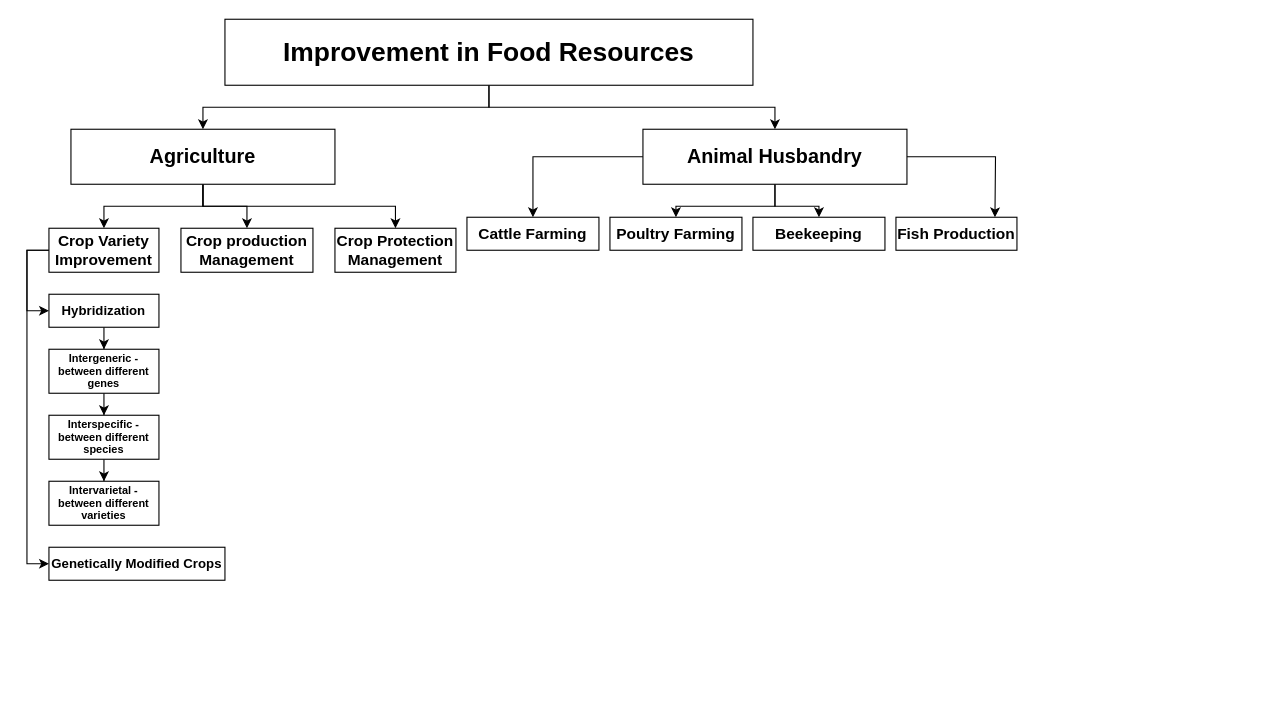
Above: Untitled Diagram.drawio in JXTK/app.diagrams.net (draw.io), before the change. Source tidied: cells renumbered, new cells numbered last; positions are measured from the earlier drawing's top-left corner, leaving out a move shared by most shapes. Both pictures are drawn from the tidied source at 110%, with x=0, y=0 at pixel (48, 19).
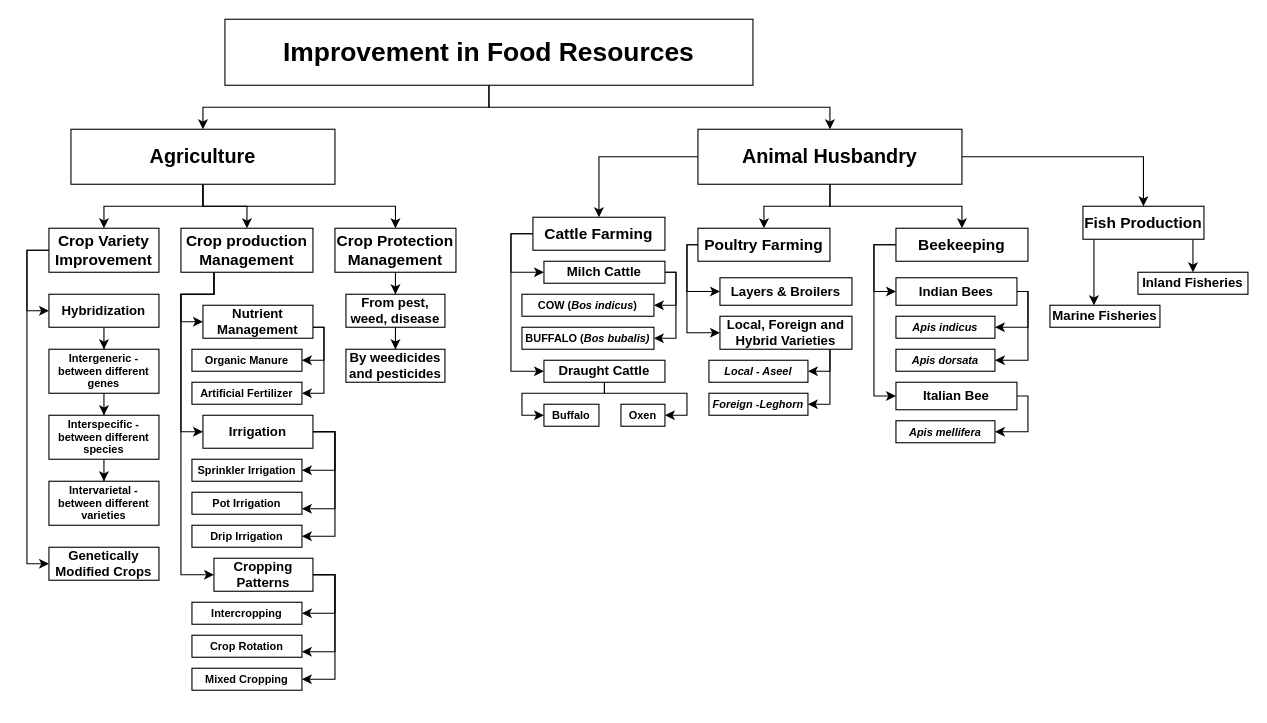
After the change.

Unchanged cells that the change refers to:
```xml
<mxCell id="16" value="&lt;h3&gt;Crop production Management&lt;/h3&gt;" style="rounded=0;whiteSpace=wrap;html=1;" parent="1" vertex="1">
  <mxGeometry x="120" y="190" width="120" height="40" as="geometry" />
</mxCell>
<mxCell id="17" value="&lt;h3&gt;Crop Protection Management&lt;/h3&gt;" style="rounded=0;whiteSpace=wrap;html=1;" parent="1" vertex="1">
  <mxGeometry x="260" y="190" width="110" height="40" as="geometry" />
</mxCell>
```

Diff of the diagram source:
```diff
@@
-<mxGraphModel>
+<mxGraphModel background="#ffffff">
@@
     <mxCell id="12" value="&lt;h2&gt;Animal Husbandry&lt;/h2&gt;" style="rounded=0;whiteSpace=wrap;html=1;" parent="1" vertex="1">
-      <mxGeometry x="540" y="100" width="240" height="50" as="geometry" />
+      <mxGeometry x="590" y="100" width="240" height="50" as="geometry" />
     </mxCell>
@@
+    <mxCell id="31" style="edgeStyle=orthogonalEdgeStyle;rounded=0;jettySize=auto;html=1;entryX=0;entryY=0.5;entryDx=0;entryDy=0;exitX=0.25;exitY=1;exitDx=0;exitDy=0;" parent="1" edge="1" source="16" target="48">
+      <mxGeometry relative="1" as="geometry">
+        <Array as="points">
+          <mxPoint x="150" y="250" />
+          <mxPoint x="120" y="250" />
+          <mxPoint x="120" y="275" />
+        </Array>
+      </mxGeometry>
+    </mxCell>
+    <mxCell id="32" style="edgeStyle=orthogonalEdgeStyle;rounded=0;jettySize=auto;html=1;entryX=0;entryY=0.5;entryDx=0;entryDy=0;" parent="1" edge="1" source="16" target="54">
+      <mxGeometry relative="1" as="geometry">
+        <Array as="points">
+          <mxPoint x="150" y="250" />
+          <mxPoint x="120" y="250" />
+          <mxPoint x="120" y="375" />
+        </Array>
+      </mxGeometry>
+    </mxCell>
+    <mxCell id="33" style="edgeStyle=orthogonalEdgeStyle;rounded=0;jettySize=auto;html=1;entryX=0;entryY=0.5;entryDx=0;entryDy=0;exitX=0.25;exitY=1;exitDx=0;exitDy=0;" parent="1" edge="1" source="16" target="62">
+      <mxGeometry relative="1" as="geometry">
+        <Array as="points">
+          <mxPoint x="150" y="250" />
+          <mxPoint x="120" y="250" />
+          <mxPoint x="120" y="505" />
+        </Array>
+      </mxGeometry>
+    </mxCell>
@@
+    <mxCell id="34" style="edgeStyle=orthogonalEdgeStyle;rounded=0;jettySize=auto;html=1;" parent="1" edge="1" source="17" target="44">
+      <mxGeometry relative="1" as="geometry" />
+    </mxCell>
@@
+    <mxCell id="35" style="edgeStyle=orthogonalEdgeStyle;rounded=0;jettySize=auto;html=1;entryX=0;entryY=0.5;entryDx=0;entryDy=0;align=center;" parent="1" edge="1" source="18" target="71">
+      <mxGeometry relative="1" as="geometry">
+        <Array as="points">
+          <mxPoint x="420" y="195" />
+          <mxPoint x="420" y="320" />
+        </Array>
+      </mxGeometry>
+    </mxCell>
+    <mxCell id="36" style="edgeStyle=orthogonalEdgeStyle;rounded=0;jettySize=auto;html=1;entryX=0;entryY=0.5;entryDx=0;entryDy=0;align=center;" parent="1" edge="1" source="18" target="68">
+      <mxGeometry relative="1" as="geometry">
+        <Array as="points">
+          <mxPoint x="420" y="195" />
+          <mxPoint x="420" y="230" />
+        </Array>
+      </mxGeometry>
+    </mxCell>
     <mxCell id="18" value="&lt;h3&gt;Cattle Farming&lt;/h3&gt;" style="rounded=0;whiteSpace=wrap;html=1;" parent="1" vertex="1">
-      <mxGeometry x="380" y="180" width="120" height="30" as="geometry" />
+      <mxGeometry x="440" y="180" width="120" height="30" as="geometry" />
     </mxCell>
+    <mxCell id="37" style="edgeStyle=orthogonalEdgeStyle;rounded=0;jettySize=auto;html=1;entryX=0;entryY=0.5;entryDx=0;entryDy=0;align=center;" parent="1" edge="1" source="19" target="84">
+      <mxGeometry relative="1" as="geometry">
+        <Array as="points">
+          <mxPoint x="580" y="205" />
+          <mxPoint x="580" y="248" />
+        </Array>
+      </mxGeometry>
+    </mxCell>
+    <mxCell id="38" style="edgeStyle=orthogonalEdgeStyle;rounded=0;jettySize=auto;html=1;entryX=0;entryY=0.5;entryDx=0;entryDy=0;align=center;" parent="1" edge="1" source="19" target="87">
+      <mxGeometry relative="1" as="geometry">
+        <Array as="points">
+          <mxPoint x="580" y="205" />
+          <mxPoint x="580" y="285" />
+        </Array>
+      </mxGeometry>
+    </mxCell>
     <mxCell id="19" value="&lt;h3&gt;Poultry Farming&lt;/h3&gt;" style="rounded=0;whiteSpace=wrap;html=1;" parent="1" vertex="1">
-      <mxGeometry x="510" y="180" width="120" height="30" as="geometry" />
+      <mxGeometry x="590" y="190" width="120" height="30" as="geometry" />
     </mxCell>
+    <mxCell id="39" style="edgeStyle=orthogonalEdgeStyle;rounded=0;jettySize=auto;html=1;entryX=0;entryY=0.5;entryDx=0;entryDy=0;align=center;" parent="1" edge="1" source="20" target="78">
+      <mxGeometry relative="1" as="geometry">
+        <Array as="points">
+          <mxPoint x="750" y="205" />
+          <mxPoint x="750" y="248" />
+        </Array>
+      </mxGeometry>
+    </mxCell>
+    <mxCell id="40" style="edgeStyle=orthogonalEdgeStyle;rounded=0;jettySize=auto;html=1;entryX=0;entryY=0.5;entryDx=0;entryDy=0;align=center;" parent="1" edge="1" source="20" target="80">
+      <mxGeometry relative="1" as="geometry">
+        <Array as="points">
+          <mxPoint x="750" y="205" />
+          <mxPoint x="750" y="343" />
+        </Array>
+      </mxGeometry>
+    </mxCell>
     <mxCell id="20" value="&lt;h3&gt;Beekeeping&lt;/h3&gt;" style="rounded=0;whiteSpace=wrap;html=1;" parent="1" vertex="1">
-      <mxGeometry x="640" y="180" width="120" height="30" as="geometry" />
+      <mxGeometry x="770" y="190" width="120" height="30" as="geometry" />
     </mxCell>
+    <mxCell id="41" style="edgeStyle=orthogonalEdgeStyle;rounded=0;jettySize=auto;html=1;align=center;" parent="1" edge="1" source="21" target="90">
+      <mxGeometry relative="1" as="geometry">
+        <Array as="points">
+          <mxPoint x="950" y="210" />
+          <mxPoint x="950" y="210" />
+        </Array>
+      </mxGeometry>
+    </mxCell>
+    <mxCell id="42" style="edgeStyle=orthogonalEdgeStyle;rounded=0;jettySize=auto;html=1;align=center;" parent="1" edge="1" source="21" target="91">
+      <mxGeometry relative="1" as="geometry">
+        <Array as="points">
+          <mxPoint x="1040" y="210" />
+          <mxPoint x="1040" y="210" />
+        </Array>
+      </mxGeometry>
+    </mxCell>
     <mxCell id="21" value="&lt;h3&gt;Fish Production&lt;/h3&gt;" style="rounded=0;whiteSpace=wrap;html=1;" parent="1" vertex="1">
-      <mxGeometry x="770" y="180" width="110" height="30" as="geometry" />
+      <mxGeometry x="940" y="170" width="110" height="30" as="geometry" />
     </mxCell>
-    <mxCell id="22" style="edgeStyle=orthogonalEdgeStyle;rounded=0;jettySize=auto;html=1;entryX=0.5;entryY=0;entryDx=0;entryDy=0;exitX=1;exitY=0.5;exitDx=0;exitDy=0;" parent="1" edge="1" source="12">
-      <mxGeometry relative="1" as="geometry">
-        <mxPoint x="860" y="180" as="targetPoint" />
-      </mxGeometry>
+    <mxCell id="22" style="edgeStyle=orthogonalEdgeStyle;rounded=0;jettySize=auto;html=1;entryX=0.5;entryY=0;entryDx=0;entryDy=0;exitX=1;exitY=0.5;exitDx=0;exitDy=0;" parent="1" edge="1" source="12" target="21">
+      <mxGeometry relative="1" as="geometry" />
     </mxCell>
@@
     <mxCell id="25" value="&lt;h4&gt;Genetically Modified Crops&lt;/h4&gt;" style="rounded=0;whiteSpace=wrap;html=1;" parent="1" vertex="1">
-      <mxGeometry y="480" width="160" height="30" as="geometry" />
+      <mxGeometry y="480" width="100" height="30" as="geometry" />
     </mxCell>
@@
+    <mxCell id="43" style="edgeStyle=orthogonalEdgeStyle;rounded=0;jettySize=auto;html=1;" parent="1" edge="1" source="44" target="45">
+      <mxGeometry relative="1" as="geometry" />
+    </mxCell>
+    <mxCell id="44" value="&lt;h4&gt;From pest, weed, disease&lt;/h4&gt;" style="rounded=0;whiteSpace=wrap;html=1;" parent="1" vertex="1">
+      <mxGeometry x="270" y="250" width="90" height="30" as="geometry" />
+    </mxCell>
+    <mxCell id="45" value="&lt;h4&gt;By weedicides and pesticides&lt;/h4&gt;" style="rounded=0;whiteSpace=wrap;html=1;" parent="1" vertex="1">
+      <mxGeometry x="270" y="300" width="90" height="30" as="geometry" />
+    </mxCell>
+    <mxCell id="46" style="edgeStyle=orthogonalEdgeStyle;rounded=0;jettySize=auto;html=1;entryX=1;entryY=0.5;entryDx=0;entryDy=0;" parent="1" edge="1" source="48" target="49">
+      <mxGeometry relative="1" as="geometry">
+        <Array as="points">
+          <mxPoint x="250" y="280" />
+          <mxPoint x="250" y="310" />
+        </Array>
+      </mxGeometry>
+    </mxCell>
+    <mxCell id="47" style="edgeStyle=orthogonalEdgeStyle;rounded=0;jettySize=auto;html=1;entryX=1;entryY=0.5;entryDx=0;entryDy=0;" parent="1" edge="1" source="48" target="50">
+      <mxGeometry relative="1" as="geometry">
+        <Array as="points">
+          <mxPoint x="250" y="280" />
+          <mxPoint x="250" y="340" />
+        </Array>
+      </mxGeometry>
+    </mxCell>
+    <mxCell id="48" value="&lt;h4&gt;Nutrient Management&lt;/h4&gt;" style="rounded=0;whiteSpace=wrap;html=1;" parent="1" vertex="1">
+      <mxGeometry x="140" y="260" width="100" height="30" as="geometry" />
+    </mxCell>
+    <mxCell id="49" value="&lt;h5&gt;Organic Manure&lt;/h5&gt;" style="rounded=0;whiteSpace=wrap;html=1;direction=east;" parent="1" vertex="1">
+      <mxGeometry x="130" y="300" width="100" height="20" as="geometry" />
+    </mxCell>
+    <mxCell id="50" value="&lt;h5&gt;Artificial Fertilizer&lt;/h5&gt;" style="rounded=0;whiteSpace=wrap;html=1;" parent="1" vertex="1">
+      <mxGeometry x="130" y="330" width="100" height="20" as="geometry" />
+    </mxCell>
+    <mxCell id="51" style="edgeStyle=orthogonalEdgeStyle;rounded=0;jettySize=auto;html=1;entryX=1;entryY=0.5;entryDx=0;entryDy=0;" parent="1" edge="1" source="54" target="55">
+      <mxGeometry relative="1" as="geometry">
+        <Array as="points">
+          <mxPoint x="260" y="375" />
+          <mxPoint x="260" y="410" />
+        </Array>
+      </mxGeometry>
+    </mxCell>
+    <mxCell id="52" style="edgeStyle=orthogonalEdgeStyle;rounded=0;jettySize=auto;html=1;entryX=1;entryY=0.75;entryDx=0;entryDy=0;" parent="1" edge="1" source="54" target="56">
+      <mxGeometry relative="1" as="geometry">
+        <Array as="points">
+          <mxPoint x="260" y="375" />
+          <mxPoint x="260" y="445" />
+        </Array>
+      </mxGeometry>
+    </mxCell>
+    <mxCell id="53" style="edgeStyle=orthogonalEdgeStyle;rounded=0;jettySize=auto;html=1;entryX=1;entryY=0.5;entryDx=0;entryDy=0;" parent="1" edge="1" source="54" target="58">
+      <mxGeometry relative="1" as="geometry">
+        <Array as="points">
+          <mxPoint x="260" y="375" />
+          <mxPoint x="260" y="470" />
+        </Array>
+      </mxGeometry>
+    </mxCell>
+    <mxCell id="54" value="&lt;h4&gt;Irrigation&lt;/h4&gt;" style="rounded=0;whiteSpace=wrap;html=1;" parent="1" vertex="1">
+      <mxGeometry x="140" y="360" width="100" height="30" as="geometry" />
+    </mxCell>
+    <mxCell id="55" value="&lt;h5&gt;Sprinkler Irrigation&lt;/h5&gt;" style="rounded=0;whiteSpace=wrap;html=1;" parent="1" vertex="1">
+      <mxGeometry x="130" y="400" width="100" height="20" as="geometry" />
+    </mxCell>
+    <mxCell id="56" value="&lt;h5&gt;Pot Irrigation&lt;/h5&gt;" style="rounded=0;whiteSpace=wrap;html=1;" parent="1" vertex="1">
+      <mxGeometry x="130" y="430" width="100" height="20" as="geometry" />
+    </mxCell>
+    <mxCell id="57" style="edgeStyle=orthogonalEdgeStyle;rounded=0;orthogonalLoop=1;jettySize=auto;html=1;exitX=0.5;exitY=1;exitDx=0;exitDy=0;" parent="1" edge="1" source="56" target="56">
+      <mxGeometry relative="1" as="geometry" />
+    </mxCell>
+    <mxCell id="58" value="&lt;h5&gt;Drip Irrigation&lt;/h5&gt;" style="rounded=0;whiteSpace=wrap;html=1;" parent="1" vertex="1">
+      <mxGeometry x="130" y="460" width="100" height="20" as="geometry" />
+    </mxCell>
+    <mxCell id="59" style="edgeStyle=orthogonalEdgeStyle;rounded=0;jettySize=auto;html=1;entryX=1;entryY=0.5;entryDx=0;entryDy=0;" parent="1" edge="1" source="62" target="63">
+      <mxGeometry relative="1" as="geometry">
+        <Array as="points">
+          <mxPoint x="260" y="505" />
+          <mxPoint x="260" y="540" />
+        </Array>
+      </mxGeometry>
+    </mxCell>
+    <mxCell id="60" style="edgeStyle=orthogonalEdgeStyle;rounded=0;jettySize=auto;html=1;entryX=1;entryY=0.75;entryDx=0;entryDy=0;" parent="1" edge="1" source="62" target="64">
+      <mxGeometry relative="1" as="geometry">
+        <Array as="points">
+          <mxPoint x="260" y="505" />
+          <mxPoint x="260" y="575" />
+        </Array>
+      </mxGeometry>
+    </mxCell>
+    <mxCell id="61" style="edgeStyle=orthogonalEdgeStyle;rounded=0;jettySize=auto;html=1;entryX=1;entryY=0.5;entryDx=0;entryDy=0;" parent="1" edge="1" source="62" target="65">
+      <mxGeometry relative="1" as="geometry">
+        <Array as="points">
+          <mxPoint x="260" y="505" />
+          <mxPoint x="260" y="600" />
+        </Array>
+      </mxGeometry>
+    </mxCell>
+    <mxCell id="62" value="&lt;h4&gt;Cropping Patterns&lt;/h4&gt;" style="rounded=0;whiteSpace=wrap;html=1;" parent="1" vertex="1">
+      <mxGeometry x="150" y="490" width="90" height="30" as="geometry" />
+    </mxCell>
+    <mxCell id="63" value="&lt;h5&gt;Intercropping&lt;/h5&gt;" style="rounded=0;whiteSpace=wrap;html=1;" parent="1" vertex="1">
+      <mxGeometry x="130" y="530" width="100" height="20" as="geometry" />
+    </mxCell>
+    <mxCell id="64" value="&lt;h5&gt;Crop Rotation&lt;/h5&gt;" style="rounded=0;whiteSpace=wrap;html=1;" parent="1" vertex="1">
+      <mxGeometry x="130" y="560" width="100" height="20" as="geometry" />
+    </mxCell>
+    <mxCell id="65" value="&lt;h5&gt;Mixed Cropping&lt;/h5&gt;" style="rounded=0;whiteSpace=wrap;html=1;" parent="1" vertex="1">
+      <mxGeometry x="130" y="590" width="100" height="20" as="geometry" />
+    </mxCell>
+    <mxCell id="66" style="edgeStyle=orthogonalEdgeStyle;rounded=0;jettySize=auto;html=1;entryX=1;entryY=0.5;entryDx=0;entryDy=0;align=center;" parent="1" edge="1" source="68" target="72">
+      <mxGeometry relative="1" as="geometry">
+        <Array as="points">
+          <mxPoint x="570" y="230" />
+          <mxPoint x="570" y="260" />
+        </Array>
+      </mxGeometry>
+    </mxCell>
+    <mxCell id="67" style="edgeStyle=orthogonalEdgeStyle;rounded=0;jettySize=auto;html=1;entryX=1;entryY=0.5;entryDx=0;entryDy=0;align=center;" parent="1" edge="1" source="68" target="73">
+      <mxGeometry relative="1" as="geometry">
+        <Array as="points">
+          <mxPoint x="570" y="230" />
+          <mxPoint x="570" y="290" />
+        </Array>
+      </mxGeometry>
+    </mxCell>
+    <mxCell id="68" value="&lt;h4&gt;Milch Cattle&lt;/h4&gt;" style="rounded=0;whiteSpace=wrap;html=1;" parent="1" vertex="1">
+      <mxGeometry x="450" y="220" width="110" height="20" as="geometry" />
+    </mxCell>
+    <mxCell id="69" style="edgeStyle=orthogonalEdgeStyle;rounded=0;jettySize=auto;html=1;entryX=0;entryY=0.5;entryDx=0;entryDy=0;" parent="1" edge="1" source="71" target="75">
+      <mxGeometry relative="1" as="geometry">
+        <Array as="points">
+          <mxPoint x="505" y="340" />
+          <mxPoint x="430" y="340" />
+          <mxPoint x="430" y="360" />
+        </Array>
+      </mxGeometry>
+    </mxCell>
+    <mxCell id="70" style="edgeStyle=orthogonalEdgeStyle;rounded=0;jettySize=auto;html=1;entryX=1;entryY=0.5;entryDx=0;entryDy=0;align=center;" parent="1" edge="1" source="71" target="74">
+      <mxGeometry relative="1" as="geometry">
+        <Array as="points">
+          <mxPoint x="505" y="340" />
+          <mxPoint x="580" y="340" />
+          <mxPoint x="580" y="360" />
+        </Array>
+      </mxGeometry>
+    </mxCell>
+    <mxCell id="71" value="&lt;h4&gt;Draught Cattle&lt;/h4&gt;" style="rounded=0;whiteSpace=wrap;html=1;" parent="1" vertex="1">
+      <mxGeometry x="450" y="310" width="110" height="20" as="geometry" />
+    </mxCell>
+    <mxCell id="72" value="&lt;h5&gt;COW (&lt;i&gt;Bos indicus&lt;/i&gt;)&lt;/h5&gt;" style="rounded=0;whiteSpace=wrap;html=1;" parent="1" vertex="1">
+      <mxGeometry x="430" y="250" width="120" height="20" as="geometry" />
+    </mxCell>
+    <mxCell id="73" value="&lt;h5&gt;BUFFALO (&lt;i&gt;Bos bubalis)&lt;/i&gt;&lt;/h5&gt;" style="rounded=0;whiteSpace=wrap;html=1;" parent="1" vertex="1">
+      <mxGeometry x="430" y="280" width="120" height="20" as="geometry" />
+    </mxCell>
+    <mxCell id="74" value="&lt;h5&gt;Oxen&lt;/h5&gt;" style="rounded=0;whiteSpace=wrap;html=1;" parent="1" vertex="1">
+      <mxGeometry x="520" y="350" width="40" height="20" as="geometry" />
+    </mxCell>
+    <mxCell id="75" value="&lt;h5&gt;Buffalo&lt;/h5&gt;" style="rounded=0;whiteSpace=wrap;html=1;" parent="1" vertex="1">
+      <mxGeometry x="450" y="350" width="50" height="20" as="geometry" />
+    </mxCell>
+    <mxCell id="76" style="edgeStyle=orthogonalEdgeStyle;rounded=0;jettySize=auto;html=1;entryX=1;entryY=0.5;entryDx=0;entryDy=0;align=center;" parent="1" edge="1" source="78" target="81">
+      <mxGeometry relative="1" as="geometry">
+        <Array as="points">
+          <mxPoint x="890" y="248" />
+          <mxPoint x="890" y="280" />
+        </Array>
+      </mxGeometry>
+    </mxCell>
+    <mxCell id="77" style="edgeStyle=orthogonalEdgeStyle;rounded=0;jettySize=auto;html=1;entryX=1;entryY=0.5;entryDx=0;entryDy=0;align=center;" parent="1" edge="1" source="78" target="82">
+      <mxGeometry relative="1" as="geometry">
+        <Array as="points">
+          <mxPoint x="890" y="248" />
+          <mxPoint x="890" y="310" />
+        </Array>
+      </mxGeometry>
+    </mxCell>
+    <mxCell id="78" value="&lt;h4&gt;Indian Bees&lt;/h4&gt;" style="rounded=0;whiteSpace=wrap;html=1;" parent="1" vertex="1">
+      <mxGeometry x="770" y="235" width="110" height="25" as="geometry" />
+    </mxCell>
+    <mxCell id="79" style="edgeStyle=orthogonalEdgeStyle;rounded=0;jettySize=auto;html=1;entryX=1;entryY=0.5;entryDx=0;entryDy=0;align=center;" parent="1" edge="1" source="80" target="83">
+      <mxGeometry relative="1" as="geometry">
+        <Array as="points">
+          <mxPoint x="890" y="343" />
+          <mxPoint x="890" y="375" />
+        </Array>
+      </mxGeometry>
+    </mxCell>
+    <mxCell id="80" value="&lt;h4&gt;Italian Bee&lt;/h4&gt;" style="rounded=0;whiteSpace=wrap;html=1;" parent="1" vertex="1">
+      <mxGeometry x="770" y="330" width="110" height="25" as="geometry" />
+    </mxCell>
+    <mxCell id="81" value="&lt;h5&gt;&lt;i&gt;Apis indicus&lt;/i&gt;&lt;/h5&gt;" style="rounded=0;whiteSpace=wrap;html=1;" parent="1" vertex="1">
+      <mxGeometry x="770" y="270" width="90" height="20" as="geometry" />
+    </mxCell>
+    <mxCell id="82" value="&lt;h5&gt;&lt;i&gt;Apis dorsata&lt;/i&gt;&lt;/h5&gt;" style="rounded=0;whiteSpace=wrap;html=1;" parent="1" vertex="1">
+      <mxGeometry x="770" y="300" width="90" height="20" as="geometry" />
+    </mxCell>
+    <mxCell id="83" value="&lt;h5&gt;&lt;i&gt;Apis mellifera&lt;/i&gt;&lt;/h5&gt;" style="rounded=0;whiteSpace=wrap;html=1;" parent="1" vertex="1">
+      <mxGeometry x="770" y="365" width="90" height="20" as="geometry" />
+    </mxCell>
+    <mxCell id="84" value="&lt;h4&gt;Layers &amp;amp; Broilers&lt;/h4&gt;" style="rounded=0;whiteSpace=wrap;html=1;" parent="1" vertex="1">
+      <mxGeometry x="610" y="235" width="120" height="25" as="geometry" />
+    </mxCell>
+    <mxCell id="85" style="edgeStyle=orthogonalEdgeStyle;rounded=0;jettySize=auto;html=1;entryX=1;entryY=0.5;entryDx=0;entryDy=0;align=center;" parent="1" edge="1" source="87" target="88">
+      <mxGeometry relative="1" as="geometry">
+        <Array as="points">
+          <mxPoint x="710" y="320" />
+        </Array>
+      </mxGeometry>
+    </mxCell>
+    <mxCell id="86" style="edgeStyle=orthogonalEdgeStyle;rounded=0;jettySize=auto;html=1;entryX=1;entryY=0.5;entryDx=0;entryDy=0;align=center;" parent="1" edge="1" source="87" target="89">
+      <mxGeometry relative="1" as="geometry">
+        <Array as="points">
+          <mxPoint x="710" y="350" />
+        </Array>
+      </mxGeometry>
+    </mxCell>
+    <mxCell id="87" value="&lt;h4&gt;Local, Foreign and Hybrid Varieties&lt;/h4&gt;" style="rounded=0;whiteSpace=wrap;html=1;" parent="1" vertex="1">
+      <mxGeometry x="610" y="270" width="120" height="30" as="geometry" />
+    </mxCell>
+    <mxCell id="88" value="&lt;h5&gt;&lt;i&gt;Local - Aseel&lt;/i&gt;&lt;/h5&gt;" style="rounded=0;whiteSpace=wrap;html=1;" parent="1" vertex="1">
+      <mxGeometry x="600" y="310" width="90" height="20" as="geometry" />
+    </mxCell>
+    <mxCell id="89" value="&lt;h5&gt;&lt;i&gt;Foreign -Leghorn&lt;/i&gt;&lt;/h5&gt;" style="rounded=0;whiteSpace=wrap;html=1;" parent="1" vertex="1">
+      <mxGeometry x="600" y="340" width="90" height="20" as="geometry" />
+    </mxCell>
+    <mxCell id="90" value="&lt;h4&gt;Marine Fisheries&lt;/h4&gt;" style="rounded=0;whiteSpace=wrap;html=1;" parent="1" vertex="1">
+      <mxGeometry x="910" y="260" width="100" height="20" as="geometry" />
+    </mxCell>
+    <mxCell id="91" value="&lt;h4&gt;Inland Fisheries&lt;/h4&gt;" style="rounded=0;whiteSpace=wrap;html=1;" parent="1" vertex="1">
+      <mxGeometry x="990" y="230" width="100" height="20" as="geometry" />
+    </mxCell>
```
